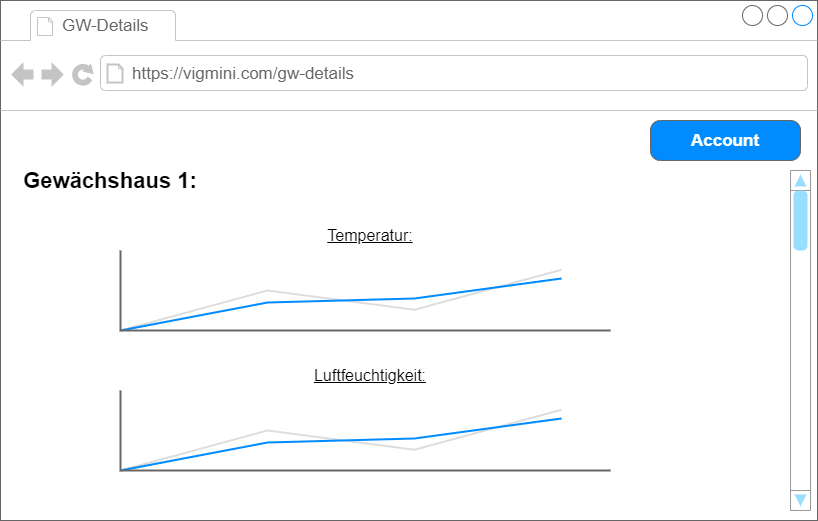
Before: Dokumente/Rescourcen/Mockups/Details.png, a diagram exported from draw.io (Pixelherz23/V.I.G-Mini). Source tidied: cells renumbered, new cells last; positions are measured from the earlier drawing's top-left corner, leaving out a move shared by most shapes. The source it was exported from:
```xml
<mxGraphModel>
  <root>
    <mxCell id="0" />
    <mxCell id="1" parent="0" />
    <mxCell id="2" style="strokeWidth=1;shadow=0;dashed=0;align=center;html=1;shape=mxgraph.mockup.containers.browserWindow;rSize=0;strokeColor=#666666;strokeColor2=#008cff;strokeColor3=#c4c4c4;mainText=,;" parent="1" vertex="1">
      <mxGeometry width="817" height="520" as="geometry" />
    </mxCell>
    <mxCell id="3" value="GW-Details" style="strokeWidth=1;shadow=0;dashed=0;align=center;html=1;shape=mxgraph.mockup.containers.anchor;fontSize=17;fontColor=#666666;align=left;" parent="2" vertex="1">
      <mxGeometry x="60" y="12" width="110" height="26" as="geometry" />
    </mxCell>
    <mxCell id="4" value="https://vigmini.com/gw-details" style="strokeWidth=1;shadow=0;dashed=0;align=center;html=1;shape=mxgraph.mockup.containers.anchor;rSize=0;fontSize=17;fontColor=#666666;align=left;" parent="2" vertex="1">
      <mxGeometry x="130" y="60" width="250" height="26" as="geometry" />
    </mxCell>
    <mxCell id="5" value="Account" style="strokeWidth=1;shadow=0;dashed=0;align=center;html=1;shape=mxgraph.mockup.buttons.button;strokeColor=#666666;fontColor=#ffffff;mainText=;buttonStyle=round;fontSize=17;fontStyle=1;fillColor=#008cff;whiteSpace=wrap;" parent="2" vertex="1">
      <mxGeometry x="650" y="120" width="150" height="40" as="geometry" />
    </mxCell>
    <mxCell id="6" value="&lt;font style=&quot;font-size: 22px&quot;&gt;&lt;b&gt;Gewächshaus 1:&lt;/b&gt;&lt;/font&gt;" style="text;html=1;strokeColor=none;fillColor=none;align=center;verticalAlign=middle;whiteSpace=wrap;rounded=0;fontSize=16;" parent="2" vertex="1">
      <mxGeometry x="20" y="170" width="180" height="20" as="geometry" />
    </mxCell>
    <mxCell id="7" style="verticalLabelPosition=bottom;shadow=0;dashed=0;align=center;html=1;verticalAlign=top;strokeWidth=1;shape=mxgraph.mockup.graphics.lineChart;strokeColor=none;strokeColor2=#666666;strokeColor3=#008cff;strokeColor4=#dddddd;fontSize=16;" parent="2" vertex="1">
      <mxGeometry x="120" y="250" width="490" height="80" as="geometry" />
    </mxCell>
    <mxCell id="8" value="&lt;u&gt;Temperatur:&lt;/u&gt;" style="text;html=1;strokeColor=none;fillColor=none;align=center;verticalAlign=middle;whiteSpace=wrap;rounded=0;fontSize=16;" parent="2" vertex="1">
      <mxGeometry x="280" y="220" width="180" height="30" as="geometry" />
    </mxCell>
    <mxCell id="9" style="verticalLabelPosition=bottom;shadow=0;dashed=0;align=center;html=1;verticalAlign=top;strokeWidth=1;shape=mxgraph.mockup.graphics.lineChart;strokeColor=none;strokeColor2=#666666;strokeColor3=#008cff;strokeColor4=#dddddd;fontSize=16;" parent="2" vertex="1">
      <mxGeometry x="120" y="390" width="490" height="80" as="geometry" />
    </mxCell>
    <mxCell id="10" value="&lt;u&gt;Luftfeuchtigkeit:&lt;/u&gt;" style="text;html=1;strokeColor=none;fillColor=none;align=center;verticalAlign=middle;whiteSpace=wrap;rounded=0;fontSize=16;" parent="2" vertex="1">
      <mxGeometry x="280" y="360" width="180" height="30" as="geometry" />
    </mxCell>
    <mxCell id="11" style="verticalLabelPosition=bottom;shadow=0;dashed=0;align=center;html=1;verticalAlign=top;strokeWidth=1;shape=mxgraph.mockup.navigation.scrollBar;strokeColor=#999999;barPos=100;fillColor2=#99ddff;strokeColor2=none;direction=north;fontSize=16;" parent="2" vertex="1">
      <mxGeometry x="790" y="170" width="20" height="340" as="geometry" />
    </mxCell>
  </root>
</mxGraphModel>
```
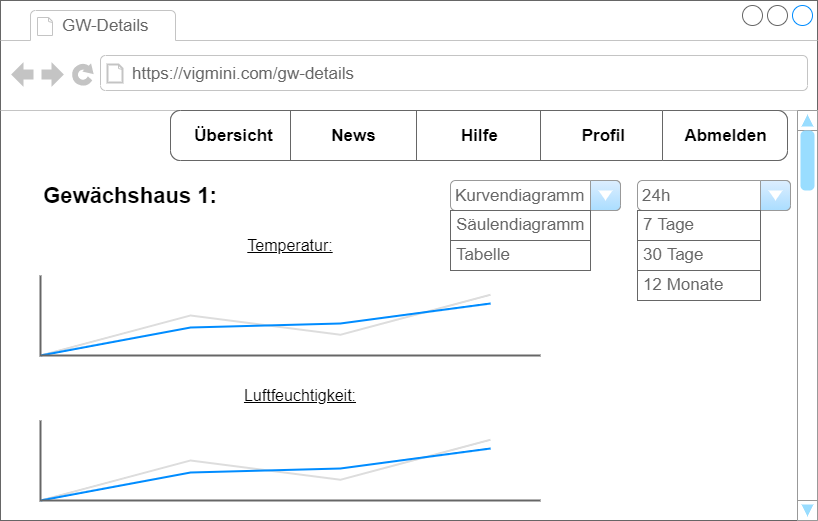
After the commit.

Change to the diagram source:
```diff
@@ -11,26 +11,73 @@
     <mxCell id="4" value="https://vigmini.com/gw-details" style="strokeWidth=1;shadow=0;dashed=0;align=center;html=1;shape=mxgraph.mockup.containers.anchor;rSize=0;fontSize=17;fontColor=#666666;align=left;" parent="2" vertex="1">
       <mxGeometry x="130" y="60" width="250" height="26" as="geometry" />
     </mxCell>
-    <mxCell id="5" value="Account" style="strokeWidth=1;shadow=0;dashed=0;align=center;html=1;shape=mxgraph.mockup.buttons.button;strokeColor=#666666;fontColor=#ffffff;mainText=;buttonStyle=round;fontSize=17;fontStyle=1;fillColor=#008cff;whiteSpace=wrap;" parent="2" vertex="1">
-      <mxGeometry x="650" y="120" width="150" height="40" as="geometry" />
-    </mxCell>
     <mxCell id="6" value="&lt;font style=&quot;font-size: 22px&quot;&gt;&lt;b&gt;Gewächshaus 1:&lt;/b&gt;&lt;/font&gt;" style="text;html=1;strokeColor=none;fillColor=none;align=center;verticalAlign=middle;whiteSpace=wrap;rounded=0;fontSize=16;" parent="2" vertex="1">
-      <mxGeometry x="20" y="170" width="180" height="20" as="geometry" />
+      <mxGeometry x="40" y="185" width="180" height="20" as="geometry" />
     </mxCell>
+    <mxCell id="11" style="verticalLabelPosition=bottom;shadow=0;dashed=0;align=center;html=1;verticalAlign=top;strokeWidth=1;shape=mxgraph.mockup.navigation.scrollBar;strokeColor=#999999;barPos=100;fillColor2=#99ddff;strokeColor2=none;direction=north;fontSize=16;" parent="2" vertex="1">
+      <mxGeometry x="797" y="110" width="20" height="410" as="geometry" />
+    </mxCell>
+    <mxCell id="12" style="strokeWidth=1;shadow=0;dashed=0;align=center;html=1;shape=mxgraph.mockup.rrect;rSize=10;fillColor=#ffffff;strokeColor=#666666;" parent="2" vertex="1">
+      <mxGeometry x="170" y="110" width="617" height="50" as="geometry" />
+    </mxCell>
+    <mxCell id="13" value="&lt;font color=&quot;#000000&quot;&gt;Hilfe&lt;/font&gt;" style="strokeColor=inherit;fillColor=inherit;gradientColor=inherit;strokeWidth=1;shadow=0;dashed=0;align=center;html=1;shape=mxgraph.mockup.rrect;rSize=0;fontSize=17;fontColor=#666666;fontStyle=1;" parent="12" vertex="1">
+      <mxGeometry width="125" height="50" relative="1" as="geometry">
+        <mxPoint x="246" as="offset" />
+      </mxGeometry>
+    </mxCell>
+    <mxCell id="14" value="&lt;font color=&quot;#000000&quot;&gt;Profil&lt;/font&gt;" style="strokeColor=inherit;fillColor=inherit;gradientColor=inherit;strokeWidth=1;shadow=0;dashed=0;align=center;html=1;shape=mxgraph.mockup.rrect;rSize=0;fontSize=17;fontColor=#666666;fontStyle=1;" parent="12" vertex="1">
+      <mxGeometry width="125" height="50" relative="1" as="geometry">
+        <mxPoint x="370" as="offset" />
+      </mxGeometry>
+    </mxCell>
+    <mxCell id="15" value="&lt;font color=&quot;#000000&quot;&gt;Abmelden&lt;/font&gt;" style="strokeColor=inherit;fillColor=inherit;gradientColor=inherit;strokeWidth=1;shadow=0;dashed=0;align=center;html=1;shape=mxgraph.mockup.rightButton;rSize=10;fontSize=17;fontColor=#666666;fontStyle=1;" parent="12" vertex="1">
+      <mxGeometry x="1" width="125" height="50" relative="1" as="geometry">
+        <mxPoint x="-125" as="offset" />
+      </mxGeometry>
+    </mxCell>
+    <mxCell id="16" value="&lt;font color=&quot;#000000&quot;&gt;Übersicht&lt;/font&gt;" style="strokeWidth=1;shadow=0;dashed=0;align=center;html=1;shape=mxgraph.mockup.leftButton;rSize=10;fontSize=17;fontColor=#ffffff;fontStyle=1;fillColor=#FFFFFF;strokeColor=#666666;" parent="12" vertex="1">
+      <mxGeometry width="125" height="50" relative="1" as="geometry" />
+    </mxCell>
+    <mxCell id="17" value="&lt;font color=&quot;#000000&quot;&gt;News&lt;/font&gt;" style="strokeColor=inherit;fillColor=inherit;gradientColor=inherit;strokeWidth=1;shadow=0;dashed=0;align=center;html=1;shape=mxgraph.mockup.rrect;rSize=0;fontSize=17;fontColor=#666666;fontStyle=1;" parent="12" vertex="1">
+      <mxGeometry width="126" height="50" relative="1" as="geometry">
+        <mxPoint x="120" as="offset" />
+      </mxGeometry>
+    </mxCell>
+    <mxCell id="18" value="Kurvendiagramm" style="strokeWidth=1;shadow=0;dashed=0;align=center;html=1;shape=mxgraph.mockup.forms.comboBox;strokeColor=#999999;fillColor=#ddeeff;align=left;fillColor2=#aaddff;mainText=;fontColor=#666666;fontSize=17;spacingLeft=3;" parent="2" vertex="1">
+      <mxGeometry x="450" y="180" width="170" height="30" as="geometry" />
+    </mxCell>
+    <mxCell id="19" value="24h" style="strokeWidth=1;shadow=0;dashed=0;align=center;html=1;shape=mxgraph.mockup.forms.comboBox;strokeColor=#999999;fillColor=#ddeeff;align=left;fillColor2=#aaddff;mainText=;fontColor=#666666;fontSize=17;spacingLeft=3;" parent="2" vertex="1">
+      <mxGeometry x="637" y="180" width="153" height="30" as="geometry" />
+    </mxCell>
+    <mxCell id="20" value="Säulendiagramm" style="strokeWidth=1;shadow=0;dashed=0;align=center;html=1;shape=mxgraph.mockup.text.textBox;fontColor=#666666;align=left;fontSize=17;spacingLeft=4;spacingTop=-3;strokeColor=#666666;mainText=;fillColor=#FFFFFF;gradientColor=none;" parent="2" vertex="1">
+      <mxGeometry x="450" y="210" width="140" height="30" as="geometry" />
+    </mxCell>
+    <mxCell id="21" value="7 Tage" style="strokeWidth=1;shadow=0;dashed=0;align=center;html=1;shape=mxgraph.mockup.text.textBox;fontColor=#666666;align=left;fontSize=17;spacingLeft=4;spacingTop=-3;strokeColor=#666666;mainText=;fillColor=#FFFFFF;gradientColor=none;" parent="2" vertex="1">
+      <mxGeometry x="637" y="210" width="123" height="30" as="geometry" />
+    </mxCell>
+    <mxCell id="22" value="30 Tage" style="strokeWidth=1;shadow=0;dashed=0;align=center;html=1;shape=mxgraph.mockup.text.textBox;fontColor=#666666;align=left;fontSize=17;spacingLeft=4;spacingTop=-3;strokeColor=#666666;mainText=;fillColor=#FFFFFF;gradientColor=none;" parent="2" vertex="1">
+      <mxGeometry x="637" y="240" width="123" height="30" as="geometry" />
+    </mxCell>
     <mxCell id="7" style="verticalLabelPosition=bottom;shadow=0;dashed=0;align=center;html=1;verticalAlign=top;strokeWidth=1;shape=mxgraph.mockup.graphics.lineChart;strokeColor=none;strokeColor2=#666666;strokeColor3=#008cff;strokeColor4=#dddddd;fontSize=16;" parent="2" vertex="1">
-      <mxGeometry x="120" y="250" width="490" height="80" as="geometry" />
+      <mxGeometry x="40" y="420" width="500" height="80" as="geometry" />
     </mxCell>
-    <mxCell id="8" value="&lt;u&gt;Temperatur:&lt;/u&gt;" style="text;html=1;strokeColor=none;fillColor=none;align=center;verticalAlign=middle;whiteSpace=wrap;rounded=0;fontSize=16;" parent="2" vertex="1">
-      <mxGeometry x="280" y="220" width="180" height="30" as="geometry" />
-    </mxCell>
     <mxCell id="9" style="verticalLabelPosition=bottom;shadow=0;dashed=0;align=center;html=1;verticalAlign=top;strokeWidth=1;shape=mxgraph.mockup.graphics.lineChart;strokeColor=none;strokeColor2=#666666;strokeColor3=#008cff;strokeColor4=#dddddd;fontSize=16;" parent="2" vertex="1">
-      <mxGeometry x="120" y="390" width="490" height="80" as="geometry" />
+      <mxGeometry x="40" y="275" width="500" height="80" as="geometry" />
     </mxCell>
     <mxCell id="10" value="&lt;u&gt;Luftfeuchtigkeit:&lt;/u&gt;" style="text;html=1;strokeColor=none;fillColor=none;align=center;verticalAlign=middle;whiteSpace=wrap;rounded=0;fontSize=16;" parent="2" vertex="1">
-      <mxGeometry x="280" y="360" width="180" height="30" as="geometry" />
+      <mxGeometry x="210" y="380" width="180" height="30" as="geometry" />
     </mxCell>
-    <mxCell id="11" style="verticalLabelPosition=bottom;shadow=0;dashed=0;align=center;html=1;verticalAlign=top;strokeWidth=1;shape=mxgraph.mockup.navigation.scrollBar;strokeColor=#999999;barPos=100;fillColor2=#99ddff;strokeColor2=none;direction=north;fontSize=16;" parent="2" vertex="1">
-      <mxGeometry x="790" y="170" width="20" height="340" as="geometry" />
-    </mxCell>
+    <mxCell id="8" value="&lt;u&gt;Temperatur:&lt;/u&gt;" style="text;html=1;strokeColor=none;fillColor=none;align=center;verticalAlign=middle;whiteSpace=wrap;rounded=0;fontSize=16;" parent="2" vertex="1">
+      <mxGeometry x="200" y="230" width="180" height="30" as="geometry" />
+    </mxCell>
+    <mxCell id="23" style="edgeStyle=orthogonalEdgeStyle;rounded=0;orthogonalLoop=1;jettySize=auto;html=1;exitX=0.5;exitY=1;exitDx=0;exitDy=0;" parent="2" edge="1" source="8" target="8">
+      <mxGeometry relative="1" as="geometry" />
+    </mxCell>
+    <mxCell id="24" value="Tabelle" style="strokeWidth=1;shadow=0;dashed=0;align=center;html=1;shape=mxgraph.mockup.text.textBox;fontColor=#666666;align=left;fontSize=17;spacingLeft=4;spacingTop=-3;strokeColor=#666666;mainText=;fillColor=#FFFFFF;gradientColor=none;" parent="2" vertex="1">
+      <mxGeometry x="450" y="240" width="140" height="30" as="geometry" />
+    </mxCell>
+    <mxCell id="25" value="12 Monate" style="strokeWidth=1;shadow=0;dashed=0;align=center;html=1;shape=mxgraph.mockup.text.textBox;fontColor=#666666;align=left;fontSize=17;spacingLeft=4;spacingTop=-3;strokeColor=#666666;mainText=;fillColor=#FFFFFF;gradientColor=none;" parent="2" vertex="1">
+      <mxGeometry x="637" y="270" width="123" height="30" as="geometry" />
+    </mxCell>
   </root>
 </mxGraphModel>
```
